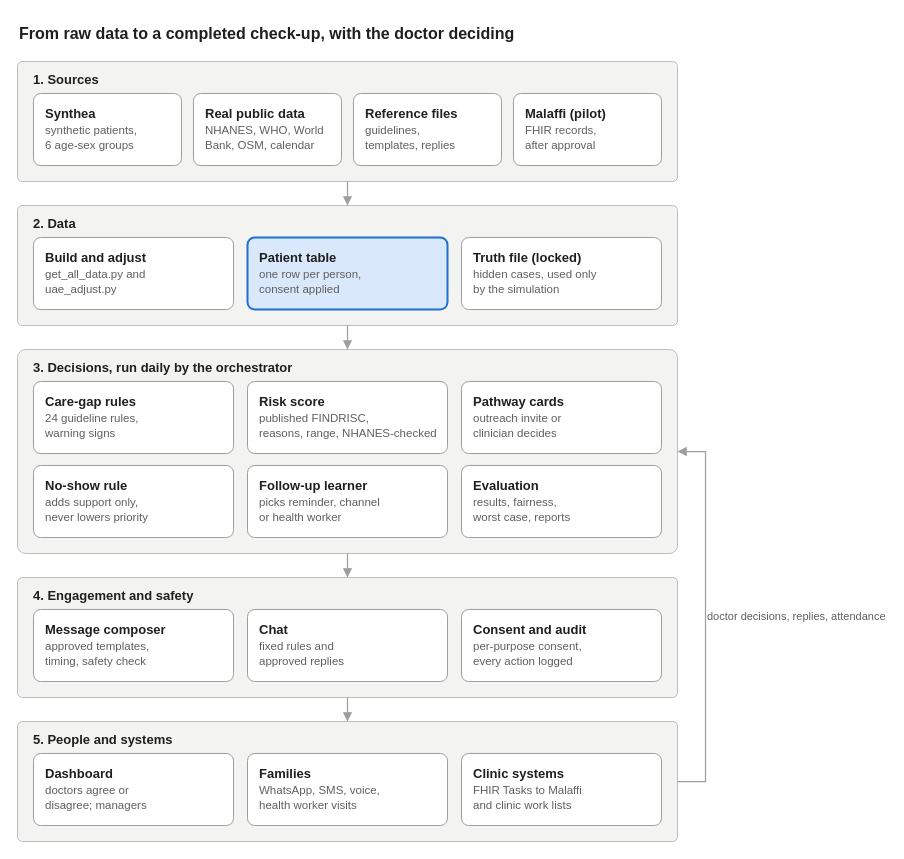
Above: docs/diagrams/1_end_to_end_architecture.drawio in Smarttechk/Hack2Skill_Precision-Prevention (draw.io), before the change. Source tidied: cells renumbered, new cells numbered last; positions are measured from the earlier drawing's top-left corner, leaving out a move shared by most shapes. Both pictures are drawn from the tidied source at 100%, with x=0, y=0 at pixel (17, 17).
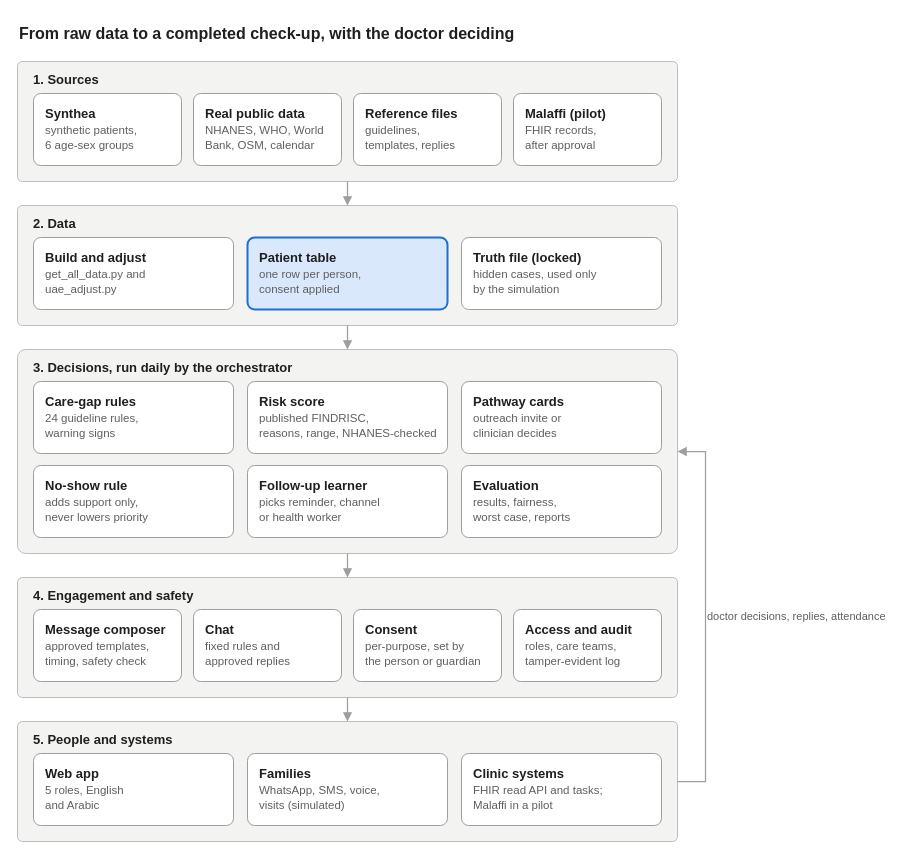
The same page after the edit.

Unchanged cells that the change refers to:
```xml
<mxCell id="6" value="4. Engagement and safety" style="rounded=1;whiteSpace=wrap;html=1;arcSize=4;align=left;verticalAlign=top;spacingLeft=14;spacingTop=4;fontStyle=1;fillColor=#F3F3F1;strokeColor=#BDBDBD;fontColor=#1F1F1F;fontSize=13;fontFamily=Helvetica;" parent="1" vertex="1">
  <mxGeometry y="560" width="660" height="120" as="geometry" />
</mxCell>
<mxCell id="7" value="5. People and systems" style="rounded=1;whiteSpace=wrap;html=1;arcSize=4;align=left;verticalAlign=top;spacingLeft=14;spacingTop=4;fontStyle=1;fillColor=#F3F3F1;strokeColor=#BDBDBD;fontColor=#1F1F1F;fontSize=13;fontFamily=Helvetica;" parent="1" vertex="1">
  <mxGeometry y="704" width="660" height="120" as="geometry" />
</mxCell>
```

The edit, as a diff of the source:
```diff
@@
     <mxCell id="21" value="&lt;b&gt;Message composer&lt;/b&gt;&lt;br&gt;&lt;font style=&quot;font-size:11.5px&quot; color=&quot;#5F5F5F&quot;&gt;approved templates,&lt;/font&gt;&lt;br&gt;&lt;font style=&quot;font-size:11.5px&quot; color=&quot;#5F5F5F&quot;&gt;timing, safety check&lt;/font&gt;" style="rounded=1;whiteSpace=wrap;html=1;arcSize=10;align=left;verticalAlign=top;spacingLeft=10;spacingTop=6;fillColor=#FFFFFF;strokeColor=#9E9E9E;fontColor=#1F1F1F;fontSize=13;fontFamily=Helvetica;" parent="6" vertex="1">
-      <mxGeometry x="16" y="32" width="200" height="72" as="geometry" />
+      <mxGeometry x="16" y="32" width="148" height="72" as="geometry" />
     </mxCell>
     <mxCell id="22" value="&lt;b&gt;Chat&lt;/b&gt;&lt;br&gt;&lt;font style=&quot;font-size:11.5px&quot; color=&quot;#5F5F5F&quot;&gt;fixed rules and&lt;/font&gt;&lt;br&gt;&lt;font style=&quot;font-size:11.5px&quot; color=&quot;#5F5F5F&quot;&gt;approved replies&lt;/font&gt;" style="rounded=1;whiteSpace=wrap;html=1;arcSize=10;align=left;verticalAlign=top;spacingLeft=10;spacingTop=6;fillColor=#FFFFFF;strokeColor=#9E9E9E;fontColor=#1F1F1F;fontSize=13;fontFamily=Helvetica;" parent="6" vertex="1">
-      <mxGeometry x="230" y="32" width="200" height="72" as="geometry" />
+      <mxGeometry x="176" y="32" width="148" height="72" as="geometry" />
     </mxCell>
-    <mxCell id="23" value="&lt;b&gt;Consent and audit&lt;/b&gt;&lt;br&gt;&lt;font style=&quot;font-size:11.5px&quot; color=&quot;#5F5F5F&quot;&gt;per-purpose consent,&lt;/font&gt;&lt;br&gt;&lt;font style=&quot;font-size:11.5px&quot; color=&quot;#5F5F5F&quot;&gt;every action logged&lt;/font&gt;" style="rounded=1;whiteSpace=wrap;html=1;arcSize=10;align=left;verticalAlign=top;spacingLeft=10;spacingTop=6;fillColor=#FFFFFF;strokeColor=#9E9E9E;fontColor=#1F1F1F;fontSize=13;fontFamily=Helvetica;" parent="6" vertex="1">
-      <mxGeometry x="444" y="32" width="200" height="72" as="geometry" />
+    <mxCell id="23" value="&lt;b&gt;Consent&lt;/b&gt;&lt;br&gt;&lt;font style=&quot;font-size:11.5px&quot; color=&quot;#5F5F5F&quot;&gt;per-purpose, set by&lt;/font&gt;&lt;br&gt;&lt;font style=&quot;font-size:11.5px&quot; color=&quot;#5F5F5F&quot;&gt;the person or guardian&lt;/font&gt;" style="rounded=1;whiteSpace=wrap;html=1;arcSize=10;align=left;verticalAlign=top;spacingLeft=10;spacingTop=6;fillColor=#FFFFFF;strokeColor=#9E9E9E;fontColor=#1F1F1F;fontSize=13;fontFamily=Helvetica;" parent="6" vertex="1">
+      <mxGeometry x="336" y="32" width="148" height="72" as="geometry" />
     </mxCell>
+    <mxCell id="32" value="&lt;b&gt;Access and audit&lt;/b&gt;&lt;br&gt;&lt;font style=&quot;font-size:11.5px&quot; color=&quot;#5F5F5F&quot;&gt;roles, care teams,&lt;/font&gt;&lt;br&gt;&lt;font style=&quot;font-size:11.5px&quot; color=&quot;#5F5F5F&quot;&gt;tamper-evident log&lt;/font&gt;" style="rounded=1;whiteSpace=wrap;html=1;arcSize=10;align=left;verticalAlign=top;spacingLeft=10;spacingTop=6;fillColor=#FFFFFF;strokeColor=#9E9E9E;fontColor=#1F1F1F;fontSize=13;fontFamily=Helvetica;" parent="6" vertex="1">
+      <mxGeometry x="496" y="32" width="148" height="72" as="geometry" />
+    </mxCell>
-    <mxCell id="24" value="&lt;b&gt;Dashboard&lt;/b&gt;&lt;br&gt;&lt;font style=&quot;font-size:11.5px&quot; color=&quot;#5F5F5F&quot;&gt;doctors agree or&lt;/font&gt;&lt;br&gt;&lt;font style=&quot;font-size:11.5px&quot; color=&quot;#5F5F5F&quot;&gt;disagree; managers&lt;/font&gt;" style="rounded=1;whiteSpace=wrap;html=1;arcSize=10;align=left;verticalAlign=top;spacingLeft=10;spacingTop=6;fillColor=#FFFFFF;strokeColor=#9E9E9E;fontColor=#1F1F1F;fontSize=13;fontFamily=Helvetica;" parent="7" vertex="1">
+    <mxCell id="24" value="&lt;b&gt;Web app&lt;/b&gt;&lt;br&gt;&lt;font style=&quot;font-size:11.5px&quot; color=&quot;#5F5F5F&quot;&gt;5 roles, English&lt;/font&gt;&lt;br&gt;&lt;font style=&quot;font-size:11.5px&quot; color=&quot;#5F5F5F&quot;&gt;and Arabic&lt;/font&gt;" style="rounded=1;whiteSpace=wrap;html=1;arcSize=10;align=left;verticalAlign=top;spacingLeft=10;spacingTop=6;fillColor=#FFFFFF;strokeColor=#9E9E9E;fontColor=#1F1F1F;fontSize=13;fontFamily=Helvetica;" parent="7" vertex="1">
       <mxGeometry x="16" y="32" width="200" height="72" as="geometry" />
     </mxCell>
-    <mxCell id="25" value="&lt;b&gt;Families&lt;/b&gt;&lt;br&gt;&lt;font style=&quot;font-size:11.5px&quot; color=&quot;#5F5F5F&quot;&gt;WhatsApp, SMS, voice,&lt;/font&gt;&lt;br&gt;&lt;font style=&quot;font-size:11.5px&quot; color=&quot;#5F5F5F&quot;&gt;health worker visits&lt;/font&gt;" style="rounded=1;whiteSpace=wrap;html=1;arcSize=10;align=left;verticalAlign=top;spacingLeft=10;spacingTop=6;fillColor=#FFFFFF;strokeColor=#9E9E9E;fontColor=#1F1F1F;fontSize=13;fontFamily=Helvetica;" parent="7" vertex="1">
+    <mxCell id="25" value="&lt;b&gt;Families&lt;/b&gt;&lt;br&gt;&lt;font style=&quot;font-size:11.5px&quot; color=&quot;#5F5F5F&quot;&gt;WhatsApp, SMS, voice,&lt;/font&gt;&lt;br&gt;&lt;font style=&quot;font-size:11.5px&quot; color=&quot;#5F5F5F&quot;&gt;visits (simulated)&lt;/font&gt;" style="rounded=1;whiteSpace=wrap;html=1;arcSize=10;align=left;verticalAlign=top;spacingLeft=10;spacingTop=6;fillColor=#FFFFFF;strokeColor=#9E9E9E;fontColor=#1F1F1F;fontSize=13;fontFamily=Helvetica;" parent="7" vertex="1">
       <mxGeometry x="230" y="32" width="200" height="72" as="geometry" />
     </mxCell>
-    <mxCell id="26" value="&lt;b&gt;Clinic systems&lt;/b&gt;&lt;br&gt;&lt;font style=&quot;font-size:11.5px&quot; color=&quot;#5F5F5F&quot;&gt;FHIR Tasks to Malaffi&lt;/font&gt;&lt;br&gt;&lt;font style=&quot;font-size:11.5px&quot; color=&quot;#5F5F5F&quot;&gt;and clinic work lists&lt;/font&gt;" style="rounded=1;whiteSpace=wrap;html=1;arcSize=10;align=left;verticalAlign=top;spacingLeft=10;spacingTop=6;fillColor=#FFFFFF;strokeColor=#9E9E9E;fontColor=#1F1F1F;fontSize=13;fontFamily=Helvetica;" parent="7" vertex="1">
+    <mxCell id="26" value="&lt;b&gt;Clinic systems&lt;/b&gt;&lt;br&gt;&lt;font style=&quot;font-size:11.5px&quot; color=&quot;#5F5F5F&quot;&gt;FHIR read API and tasks;&lt;/font&gt;&lt;br&gt;&lt;font style=&quot;font-size:11.5px&quot; color=&quot;#5F5F5F&quot;&gt;Malaffi in a pilot&lt;/font&gt;" style="rounded=1;whiteSpace=wrap;html=1;arcSize=10;align=left;verticalAlign=top;spacingLeft=10;spacingTop=6;fillColor=#FFFFFF;strokeColor=#9E9E9E;fontColor=#1F1F1F;fontSize=13;fontFamily=Helvetica;" parent="7" vertex="1">
       <mxGeometry x="444" y="32" width="200" height="72" as="geometry" />
     </mxCell>
```
